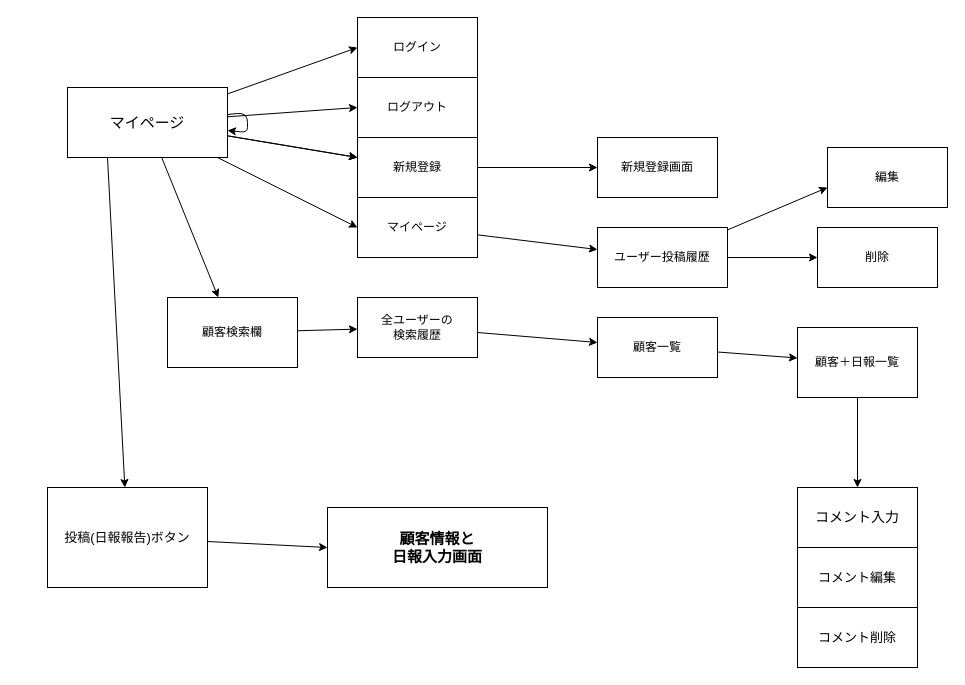
Earlier version of the draw.io diagram 画面遷移図.dio (pickles0417/dailyreport-41465). Source tidied: cells renumbered, new cells numbered last; positions are measured from the earlier drawing's top-left corner, leaving out a move shared by most shapes. Both pictures are drawn from the tidied source at 100%, with x=0, y=0 at pixel (47, 17).
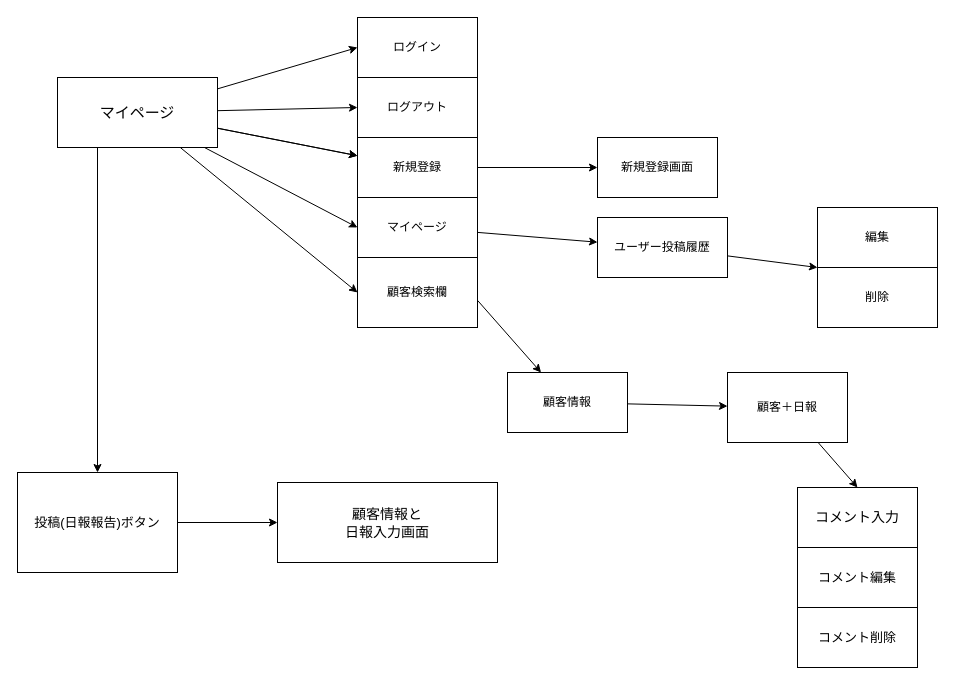
The same page after the edit.

Commit message:
画面遷移図編集

Change to the diagram source:
```diff
@@
-    <mxCell id="13" style="edgeStyle=none;html=1;" parent="1" edge="1" source="15" target="20">
+    <mxCell id="13" style="edgeStyle=none;html=1;entryX=0;entryY=0.5;entryDx=0;entryDy=0;" parent="1" edge="1" source="15" target="20">
       <mxGeometry relative="1" as="geometry" />
     </mxCell>
@@
     <mxCell id="15" value="マイページ" style="rounded=0;whiteSpace=wrap;html=1;fontSize=15;" parent="1" vertex="1">
-      <mxGeometry x="20" y="70" width="160" height="70" as="geometry" />
+      <mxGeometry x="10" y="60" width="160" height="70" as="geometry" />
     </mxCell>
-    <mxCell id="16" style="edgeStyle=none;html=1;" parent="1" edge="1" source="18">
-      <mxGeometry relative="1" as="geometry">
-        <mxPoint x="780" y="170" as="targetPoint" />
-      </mxGeometry>
-    </mxCell>
-    <mxCell id="17" style="edgeStyle=none;html=1;" parent="1" edge="1" source="18" target="33">
+    <mxCell id="17" style="edgeStyle=none;html=1;entryX=0;entryY=1;entryDx=0;entryDy=0;" parent="1" edge="1" source="18" target="34">
       <mxGeometry relative="1" as="geometry" />
     </mxCell>
     <mxCell id="18" value="ユーザー投稿履歴" style="whiteSpace=wrap;html=1;rounded=0;" parent="1" vertex="1">
-      <mxGeometry x="550" y="210" width="130" height="60" as="geometry" />
+      <mxGeometry x="550" y="200" width="130" height="60" as="geometry" />
     </mxCell>
-    <mxCell id="19" style="edgeStyle=none;html=1;" parent="1" edge="1" source="20" target="22">
-      <mxGeometry relative="1" as="geometry" />
-    </mxCell>
     <mxCell id="20" value="顧客検索欄" style="rounded=0;whiteSpace=wrap;html=1;" parent="1" vertex="1">
-      <mxGeometry x="120" y="280" width="130" height="70" as="geometry" />
+      <mxGeometry x="310" y="240" width="120" height="70" as="geometry" />
     </mxCell>
-    <mxCell id="21" style="edgeStyle=none;html=1;" parent="1" edge="1" source="22" target="25">
+    <mxCell id="21" style="edgeStyle=none;html=1;exitX=1;exitY=0.612;exitDx=0;exitDy=0;exitPerimeter=0;" parent="1" edge="1" source="20" target="25">
       <mxGeometry relative="1" as="geometry" />
     </mxCell>
-    <mxCell id="22" value="全ユーザーの&lt;br&gt;検索履歴" style="rounded=0;whiteSpace=wrap;html=1;strokeColor=default;fillColor=none;" parent="1" vertex="1">
-      <mxGeometry x="310" y="280" width="120" height="60" as="geometry" />
-    </mxCell>
@@
-    <mxCell id="25" value="顧客一覧" style="rounded=0;whiteSpace=wrap;html=1;sketch=0;strokeColor=default;fillColor=none;" parent="1" vertex="1">
-      <mxGeometry x="550" y="300" width="120" height="60" as="geometry" />
+    <mxCell id="25" value="顧客情報" style="rounded=0;whiteSpace=wrap;html=1;sketch=0;strokeColor=default;fillColor=none;" parent="1" vertex="1">
+      <mxGeometry x="460" y="355" width="120" height="60" as="geometry" />
     </mxCell>
@@
-    <mxCell id="27" value="顧客＋日報一覧" style="rounded=0;whiteSpace=wrap;html=1;sketch=0;strokeColor=default;fillColor=none;" parent="1" vertex="1">
-      <mxGeometry x="750" y="310" width="120" height="70" as="geometry" />
+    <mxCell id="27" value="顧客＋日報" style="rounded=0;whiteSpace=wrap;html=1;sketch=0;strokeColor=default;fillColor=none;" parent="1" vertex="1">
+      <mxGeometry x="680" y="355" width="120" height="70" as="geometry" />
     </mxCell>
-    <mxCell id="28" style="edgeStyle=none;html=1;" parent="1" edge="1" source="15" target="15">
-      <mxGeometry relative="1" as="geometry" />
-    </mxCell>
@@
     <mxCell id="30" value="投稿(日報報告)ボタン" style="rounded=0;whiteSpace=wrap;html=1;sketch=0;strokeColor=default;fillColor=none;fontSize=13;" parent="1" vertex="1">
-      <mxGeometry y="470" width="160" height="100" as="geometry" />
+      <mxGeometry x="-30" y="455" width="160" height="100" as="geometry" />
     </mxCell>
-    <mxCell id="31" value="顧客情報と&lt;br style=&quot;font-size: 15px;&quot;&gt;日報入力画面" style="rounded=0;whiteSpace=wrap;html=1;sketch=0;strokeColor=default;fillColor=none;fontSize=15;fontStyle=1;" parent="1" vertex="1">
-      <mxGeometry x="280" y="490" width="220" height="80" as="geometry" />
+    <mxCell id="31" value="&lt;font style=&quot;font-size: 14px; font-weight: normal;&quot;&gt;顧客情報と&lt;br style=&quot;&quot;&gt;日報入力画面&lt;/font&gt;" style="rounded=0;whiteSpace=wrap;html=1;sketch=0;strokeColor=default;fillColor=none;fontSize=15;fontStyle=1;" parent="1" vertex="1">
+      <mxGeometry x="230" y="465" width="220" height="80" as="geometry" />
     </mxCell>
@@
     <mxCell id="33" value="削除" style="rounded=0;whiteSpace=wrap;html=1;sketch=0;strokeColor=default;fillColor=none;" parent="1" vertex="1">
-      <mxGeometry x="770" y="210" width="120" height="60" as="geometry" />
+      <mxGeometry x="770" y="250" width="120" height="60" as="geometry" />
     </mxCell>
     <mxCell id="34" value="編集" style="rounded=0;whiteSpace=wrap;html=1;sketch=0;strokeColor=default;fillColor=none;" parent="1" vertex="1">
-      <mxGeometry x="780" y="130" width="120" height="60" as="geometry" />
+      <mxGeometry x="770" y="190" width="120" height="60" as="geometry" />
     </mxCell>
```
